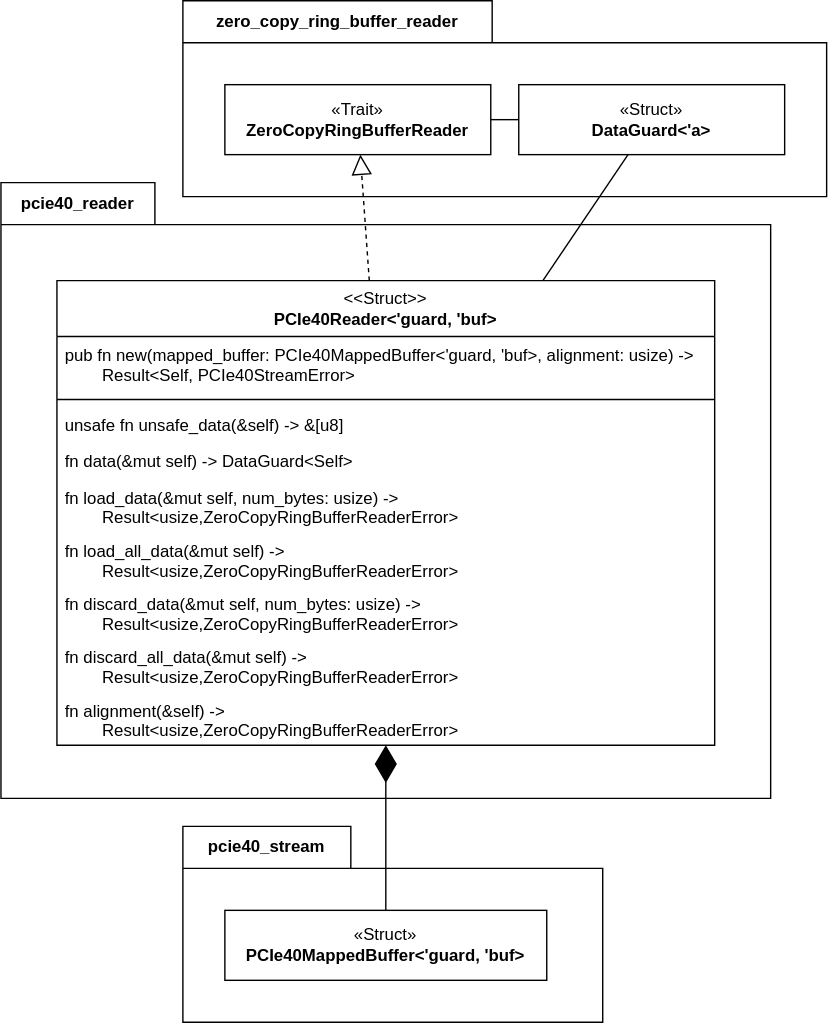
Above: docs/assets/pcie40_reader_diagram.svg in Tikitikitikidesuka/ibverbs-rs (draw.io), before the change. Source tidied: cells renumbered, new cells last; positions are measured from the earlier drawing's top-left corner, leaving out a move shared by most shapes.
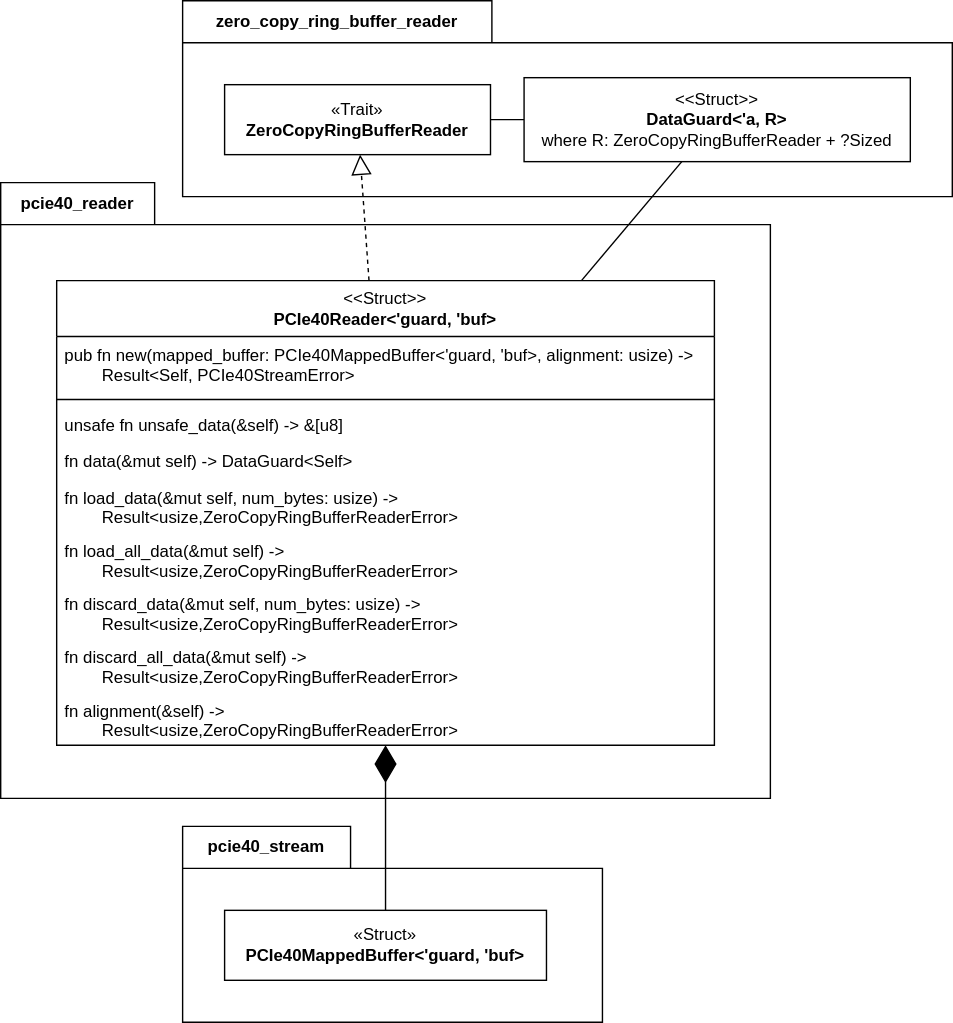
Above is the later version.

The edit, as a diff of the source:
```diff
@@ -36,7 +36,7 @@
       <mxGeometry y="294" width="470" height="38" as="geometry" />
     </mxCell>
     <mxCell id="13" value="zero_copy_ring_buffer_reader" style="shape=folder;fontStyle=1;tabWidth=221;tabHeight=30;tabPosition=left;html=1;boundedLbl=1;labelInHeader=1;whiteSpace=wrap;" parent="1" vertex="1">
-      <mxGeometry x="130" width="460" height="140" as="geometry" />
+      <mxGeometry x="130" width="550" height="140" as="geometry" />
     </mxCell>
     <mxCell id="14" style="edgeStyle=orthogonalEdgeStyle;rounded=0;jettySize=auto;html=1;exitX=1;exitY=0.5;exitDx=0;exitDy=0;entryX=0;entryY=0.5;entryDx=0;entryDy=0;endArrow=none;endFill=0;" parent="13" edge="1" source="15" target="16">
       <mxGeometry relative="1" as="geometry" />
@@ -44,8 +44,8 @@
     <mxCell id="15" value="«Trait»&lt;br&gt;&lt;b&gt;ZeroCopyRingBufferReader&lt;/b&gt;" style="html=1;whiteSpace=wrap;" parent="13" vertex="1">
       <mxGeometry x="30" y="60" width="190" height="50" as="geometry" />
     </mxCell>
-    <mxCell id="16" value="«Struct»&lt;br&gt;&lt;b&gt;DataGuard&amp;lt;'a&amp;gt;&lt;/b&gt;" style="html=1;whiteSpace=wrap;" parent="13" vertex="1">
-      <mxGeometry x="240" y="60" width="190" height="50" as="geometry" />
+    <mxCell id="16" value="&amp;lt;&amp;lt;Struct&amp;gt;&amp;gt;&lt;br style=&quot;border-color: var(--border-color);&quot;&gt;&lt;b style=&quot;border-color: var(--border-color);&quot;&gt;DataGuard&amp;lt;'a, R&amp;gt;&lt;/b&gt;&lt;br style=&quot;border-color: var(--border-color);&quot;&gt;where R: ZeroCopyRingBufferReader + ?Sized" style="html=1;whiteSpace=wrap;" parent="13" vertex="1">
+      <mxGeometry x="244" y="55" width="276" height="60" as="geometry" />
     </mxCell>
     <mxCell id="17" style="ellipse;whiteSpace=wrap;html=1;align=center;fillColor=none;strokeColor=none;perimeter=centerPerimeter;" parent="1" vertex="1">
       <mxGeometry x="385" y="330" width="10" height="10" as="geometry" />
```
